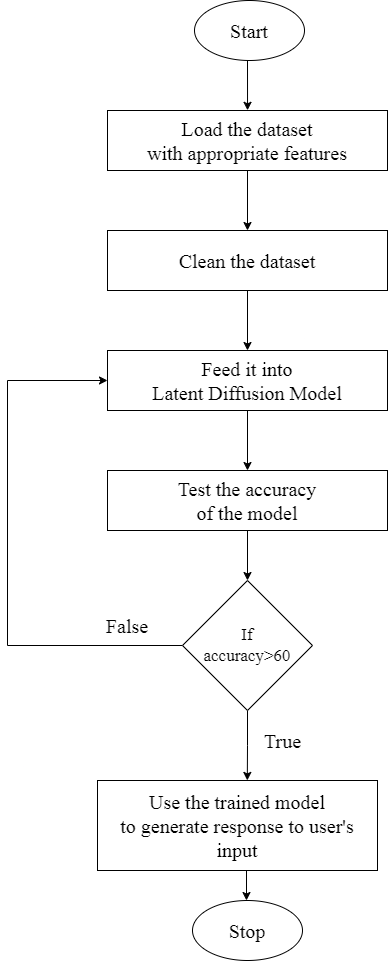
The draw.io diagram Proposal/Images/Framework/framework-of-the-model.png in Neha-Shrestha/Text-to-Image-Generator, before a commit. Source tidied: cells renumbered, new cells last; positions are measured from the earlier drawing's top-left corner, leaving out a move shared by most shapes.
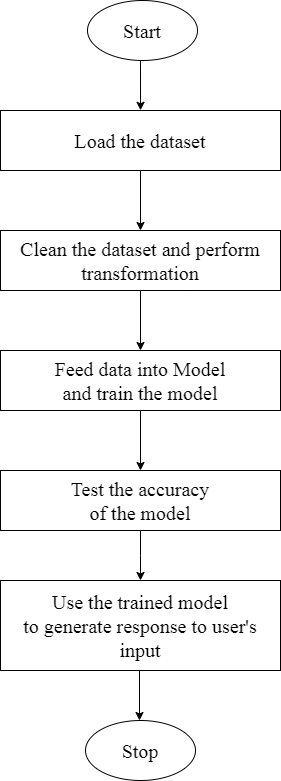
Above is the later version.

Change to the diagram source:
```diff
@@ -8,52 +8,40 @@
     <mxCell id="3" style="edgeStyle=orthogonalEdgeStyle;rounded=0;jettySize=auto;html=1;" parent="1" edge="1" source="4" target="8">
       <mxGeometry relative="1" as="geometry" />
     </mxCell>
-    <mxCell id="4" value="&lt;font face=&quot;Times New Roman&quot; style=&quot;font-size: 20px;&quot;&gt;Clean the dataset&lt;/font&gt;" style="rounded=0;whiteSpace=wrap;html=1;" parent="1" vertex="1">
+    <mxCell id="4" value="&lt;font face=&quot;Times New Roman&quot; style=&quot;font-size: 20px;&quot;&gt;Clean the dataset and perform transformation&lt;/font&gt;" style="rounded=0;whiteSpace=wrap;html=1;" parent="1" vertex="1">
       <mxGeometry x="100" y="230" width="280" height="60" as="geometry" />
     </mxCell>
     <mxCell id="5" style="edgeStyle=orthogonalEdgeStyle;rounded=0;jettySize=auto;html=1;" parent="1" edge="1" source="6" target="4">
       <mxGeometry relative="1" as="geometry" />
     </mxCell>
-    <mxCell id="6" value="&lt;font face=&quot;Times New Roman&quot; style=&quot;font-size: 20px;&quot;&gt;Load the dataset &lt;br&gt;with appropriate features&lt;/font&gt;" style="rounded=0;whiteSpace=wrap;html=1;" parent="1" vertex="1">
+    <mxCell id="6" value="&lt;font face=&quot;Times New Roman&quot; style=&quot;font-size: 20px;&quot;&gt;Load the dataset&lt;br&gt;&lt;/font&gt;" style="rounded=0;whiteSpace=wrap;html=1;" parent="1" vertex="1">
       <mxGeometry x="100" y="110" width="280" height="60" as="geometry" />
     </mxCell>
     <mxCell id="7" style="edgeStyle=orthogonalEdgeStyle;rounded=0;jettySize=auto;html=1;" parent="1" edge="1" source="8" target="10">
       <mxGeometry relative="1" as="geometry" />
     </mxCell>
-    <mxCell id="8" value="&lt;font face=&quot;Times New Roman&quot; style=&quot;font-size: 20px;&quot;&gt;Feed it into &lt;br&gt;Latent Diffusion Model&lt;/font&gt;" style="rounded=0;whiteSpace=wrap;html=1;" parent="1" vertex="1">
+    <mxCell id="8" value="&lt;font face=&quot;Times New Roman&quot; style=&quot;font-size: 20px;&quot;&gt;Feed data into Model &lt;br&gt;and train the model&lt;/font&gt;" style="rounded=0;whiteSpace=wrap;html=1;" parent="1" vertex="1">
       <mxGeometry x="100" y="350" width="280" height="60" as="geometry" />
     </mxCell>
-    <mxCell id="9" style="edgeStyle=orthogonalEdgeStyle;rounded=0;jettySize=auto;html=1;" parent="1" edge="1" source="10" target="15">
-      <mxGeometry relative="1" as="geometry" />
+    <mxCell id="9" style="edgeStyle=orthogonalEdgeStyle;rounded=0;jettySize=auto;html=1;" parent="1" edge="1" source="10">
+      <mxGeometry relative="1" as="geometry">
+        <mxPoint x="240" y="580" as="targetPoint" />
+      </mxGeometry>
     </mxCell>
     <mxCell id="10" value="&lt;font style=&quot;font-size: 20px;&quot; face=&quot;Times New Roman&quot;&gt;Test the accuracy &lt;br&gt;of the model&lt;/font&gt;" style="rounded=0;whiteSpace=wrap;html=1;" parent="1" vertex="1">
       <mxGeometry x="100" y="470" width="280" height="60" as="geometry" />
     </mxCell>
     <mxCell id="11" style="edgeStyle=orthogonalEdgeStyle;rounded=0;orthogonalLoop=1;jettySize=auto;html=1;" parent="1" edge="1">
       <mxGeometry relative="1" as="geometry">
-        <mxPoint x="239" y="840" as="sourcePoint" />
-        <mxPoint x="239" y="900" as="targetPoint" />
+        <mxPoint x="239" y="660" as="sourcePoint" />
+        <mxPoint x="239" y="720" as="targetPoint" />
       </mxGeometry>
     </mxCell>
     <mxCell id="12" value="&lt;font style=&quot;font-size: 20px;&quot; face=&quot;Times New Roman&quot;&gt;Use the trained model &lt;br&gt;to generate response to user's input&lt;/font&gt;" style="rounded=0;whiteSpace=wrap;html=1;" parent="1" vertex="1">
-      <mxGeometry x="90" y="780" width="280" height="90" as="geometry" />
+      <mxGeometry x="100" y="580" width="280" height="90" as="geometry" />
     </mxCell>
-    <mxCell id="13" style="edgeStyle=orthogonalEdgeStyle;rounded=0;jettySize=auto;html=1;entryX=0.535;entryY=-0.001;entryDx=0;entryDy=0;entryPerimeter=0;" parent="1" edge="1" source="15" target="12">
-      <mxGeometry relative="1" as="geometry" />
-    </mxCell>
-    <mxCell id="14" style="edgeStyle=orthogonalEdgeStyle;rounded=0;jettySize=auto;html=1;exitX=0;exitY=0.5;exitDx=0;exitDy=0;entryX=0;entryY=0.5;entryDx=0;entryDy=0;" parent="1" edge="1" source="15" target="8">
-      <mxGeometry relative="1" as="geometry">
-        <Array as="points">
-          <mxPoint y="645" />
-          <mxPoint y="380" />
-        </Array>
-      </mxGeometry>
-    </mxCell>
-    <mxCell id="15" value="&lt;font face=&quot;Times New Roman&quot; style=&quot;font-size: 17px;&quot;&gt;If &lt;br&gt;accuracy&amp;gt;60&lt;/font&gt;" style="rhombus;whiteSpace=wrap;html=1;" parent="1" vertex="1">
-      <mxGeometry x="175" y="580" width="130" height="130" as="geometry" />
-    </mxCell>
     <mxCell id="16" value="&lt;font style=&quot;font-size: 20px;&quot; face=&quot;Times New Roman&quot;&gt;Stop&lt;/font&gt;" style="ellipse;whiteSpace=wrap;html=1;" parent="1" vertex="1">
-      <mxGeometry x="185" y="900" width="110" height="60" as="geometry" />
+      <mxGeometry x="185" y="720" width="110" height="60" as="geometry" />
     </mxCell>
     <mxCell id="17" style="endArrow=classic;html=1;rounded=0;exitX=0.5;exitY=1;exitDx=0;exitDy=0;entryX=0.518;entryY=-0.003;entryDx=0;entryDy=0;entryPerimeter=0;" parent="1" edge="1">
       <mxGeometry relative="1" as="geometry">
@@ -61,11 +49,5 @@
         <mxPoint x="240" y="109.8" as="targetPoint" />
       </mxGeometry>
     </mxCell>
-    <mxCell id="18" value="&lt;font style=&quot;font-size: 20px;&quot; face=&quot;Times New Roman&quot;&gt;False&lt;/font&gt;" style="text;html=1;strokeColor=none;fillColor=none;align=center;verticalAlign=middle;whiteSpace=wrap;rounded=0;" parent="1" vertex="1">
-      <mxGeometry x="90" y="610" width="60" height="30" as="geometry" />
-    </mxCell>
-    <mxCell id="19" value="&lt;font face=&quot;Times New Roman&quot; style=&quot;font-size: 20px;&quot;&gt;True&lt;/font&gt;" style="text;html=1;align=center;verticalAlign=middle;strokeColor=none;fillColor=none;" parent="1" vertex="1">
-      <mxGeometry x="245" y="720" width="60" height="40" as="geometry" />
-    </mxCell>
   </root>
 </mxGraphModel>
```
